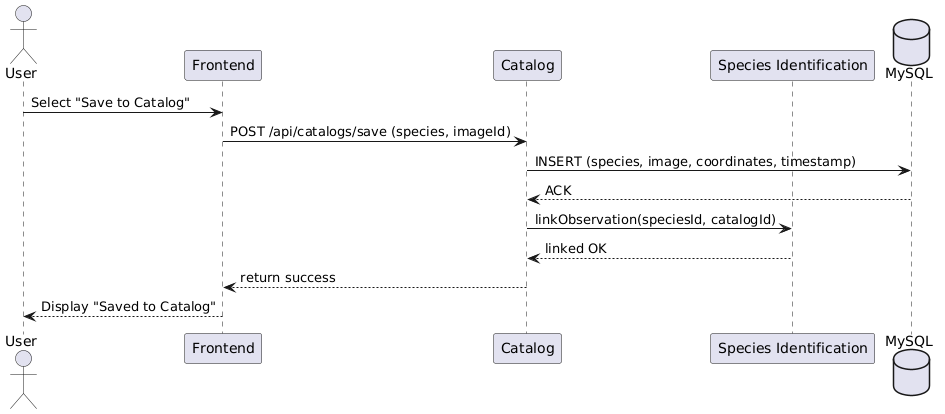
XXLSmile/BioTrack keeps this PlantUML diagram as documentation/images/catalogScannedPicture.png. Above is the earlier version.
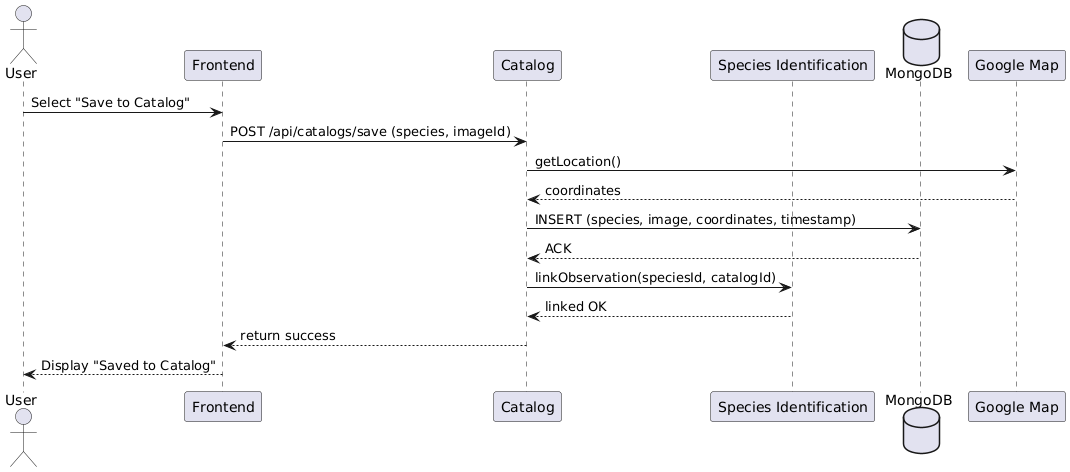
After the commit.

The edit, as a diff of the source:
```diff
@@ -3,12 +3,15 @@
 participant Frontend
 participant Catalog
 participant "Species Identification" as SpeciesID
-database MySQL
+database MongoDB
+participant "Google Map" as GoogleMap
 
 User -> Frontend : Select "Save to Catalog"
 Frontend -> Catalog : POST /api/catalogs/save (species, imageId)
-Catalog -> MySQL : INSERT (species, image, coordinates, timestamp)
-MySQL --> Catalog : ACK
+Catalog -> GoogleMap : getLocation()
+GoogleMap --> Catalog : coordinates
+Catalog -> MongoDB : INSERT (species, image, coordinates, timestamp)
+MongoDB --> Catalog : ACK
 Catalog -> SpeciesID : linkObservation(speciesId, catalogId)
 SpeciesID --> Catalog : linked OK
 Catalog --> Frontend : return success
```
